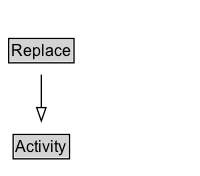
Above: docs/diagrams/Replace.dot.png in k-vaughn/ontology-import-prov (Graphviz), before the change. Its source is kept beside it as docs/diagrams/Replace.dot.
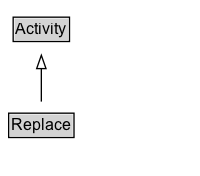
Above is the later version.

Diff of the diagram source:
```diff
@@ -2,6 +2,10 @@
 	graph [overlap=false rankdir=TB splines=true]
 	node [fontname=Arial fontsize=12 margin=0 shape=none]
 	edge [fontname=Arial fontsize=11]
+	{
+		rank=source
+		Activity [label=<<TABLE BORDER="1" CELLBORDER="0" CELLSPACING="0" CELLPADDING="1"><TR><TD BGCOLOR="lightgray" ALIGN="CENTER">Activity</TD></TR></TABLE>> URL="../Activity" margin=0]
+	}
 	Replace [label=<<TABLE BORDER="1" CELLBORDER="0" CELLSPACING="0" CELLPADDING="1"><TR><TD BGCOLOR="lightgray" ALIGN="CENTER">Replace</TD></TR></TABLE>> URL="../Replace" margin=0]
 	{
 		rank=max
@@ -10,6 +14,5 @@
 		label="" style=invis
 		Invis [label=<<TABLE BORDER="0" CELLBORDER="0" CELLSPACING="0" CELLPADDING="1"><TR><TD></TD></TR></TABLE>> margin=0 style=invis]
 	}
-	Activity [label=<<TABLE BORDER="1" CELLBORDER="0" CELLSPACING="0" CELLPADDING="1"><TR><TD BGCOLOR="lightgray" ALIGN="CENTER">Activity</TD></TR></TABLE>> URL="../Activity" margin=0]
 	Replace -> Activity [arrowhead=onormal style=solid]
 }
```
